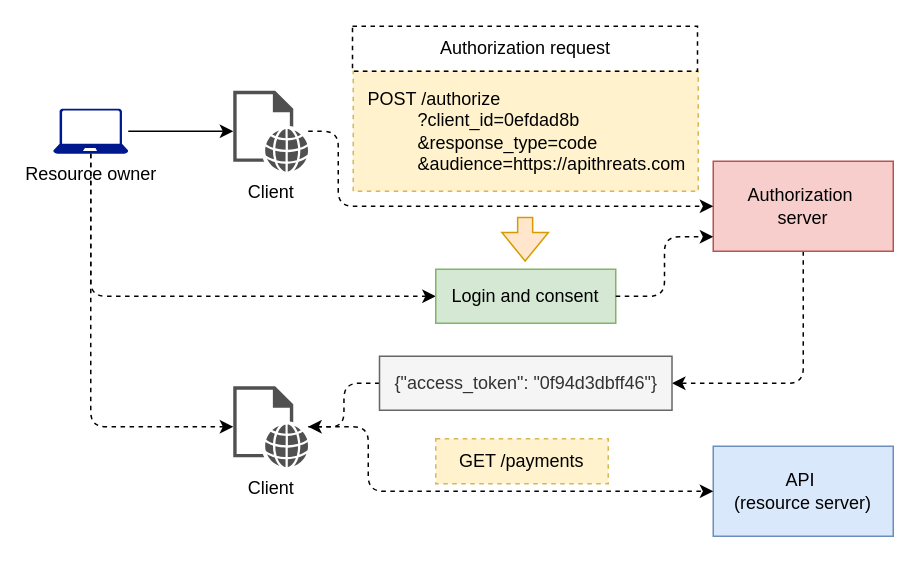
abunuwas/api-sec-book-imgs keeps this draw.io diagram as page "7.5" (5 of 18) of ch07.drawio. Above is the earlier version. Source tidied: cells renumbered, new cells numbered last; positions are measured from the earlier drawing's top-left corner, leaving out a move shared by most shapes. Both pictures are drawn from the tidied source at 150%, with x=0, y=0 at pixel (52, 26).
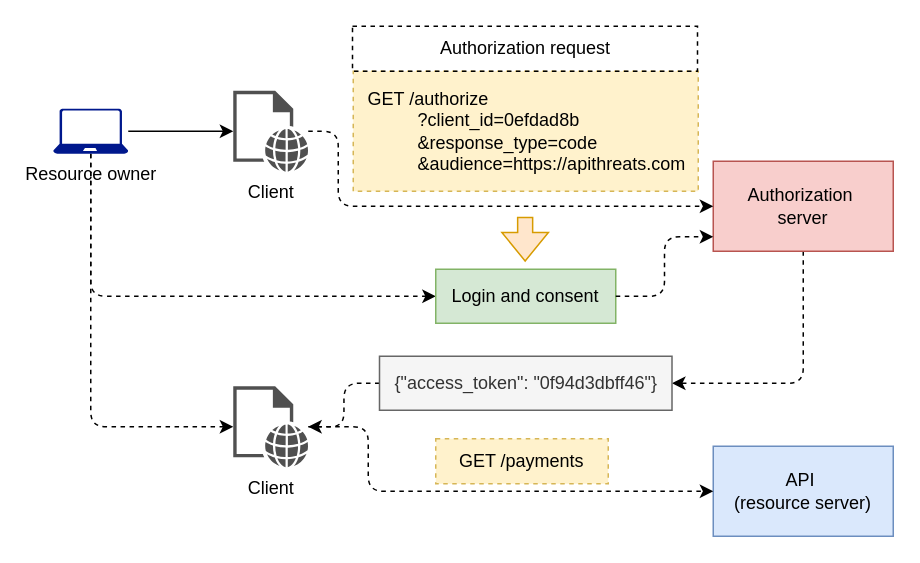
Above is the later version.

Change to the diagram source:
```diff
@@
-    <mxCell id="9" value="POST /authorize&lt;div&gt;&amp;nbsp; &amp;nbsp; &amp;nbsp; &amp;nbsp; &amp;nbsp; ?client_id=0efdad8b&lt;/div&gt;&lt;div&gt;&amp;nbsp; &amp;nbsp; &amp;nbsp; &amp;nbsp; &amp;nbsp; &amp;amp;response_type=code&lt;/div&gt;&lt;div&gt;&amp;nbsp; &amp;nbsp; &amp;nbsp; &amp;nbsp; &amp;nbsp; &amp;amp;audience=https://apithreats.com&lt;/div&gt;" style="text;html=1;align=left;verticalAlign=middle;whiteSpace=wrap;rounded=0;strokeColor=#d6b656;dashed=1;spacingTop=0;spacing=10;fillColor=#fff2cc;" parent="1" vertex="1">
+    <mxCell id="9" value="GET /authorize&lt;div&gt;&amp;nbsp; &amp;nbsp; &amp;nbsp; &amp;nbsp; &amp;nbsp; ?client_id=0efdad8b&lt;/div&gt;&lt;div&gt;&amp;nbsp; &amp;nbsp; &amp;nbsp; &amp;nbsp; &amp;nbsp; &amp;amp;response_type=code&lt;/div&gt;&lt;div&gt;&amp;nbsp; &amp;nbsp; &amp;nbsp; &amp;nbsp; &amp;nbsp; &amp;amp;audience=https://apithreats.com&lt;/div&gt;" style="text;html=1;align=left;verticalAlign=middle;whiteSpace=wrap;rounded=0;strokeColor=#d6b656;dashed=1;spacingTop=0;spacing=10;fillColor=#fff2cc;" parent="1" vertex="1">
       <mxGeometry x="200" y="30" width="230" height="80" as="geometry" />
     </mxCell>
```
